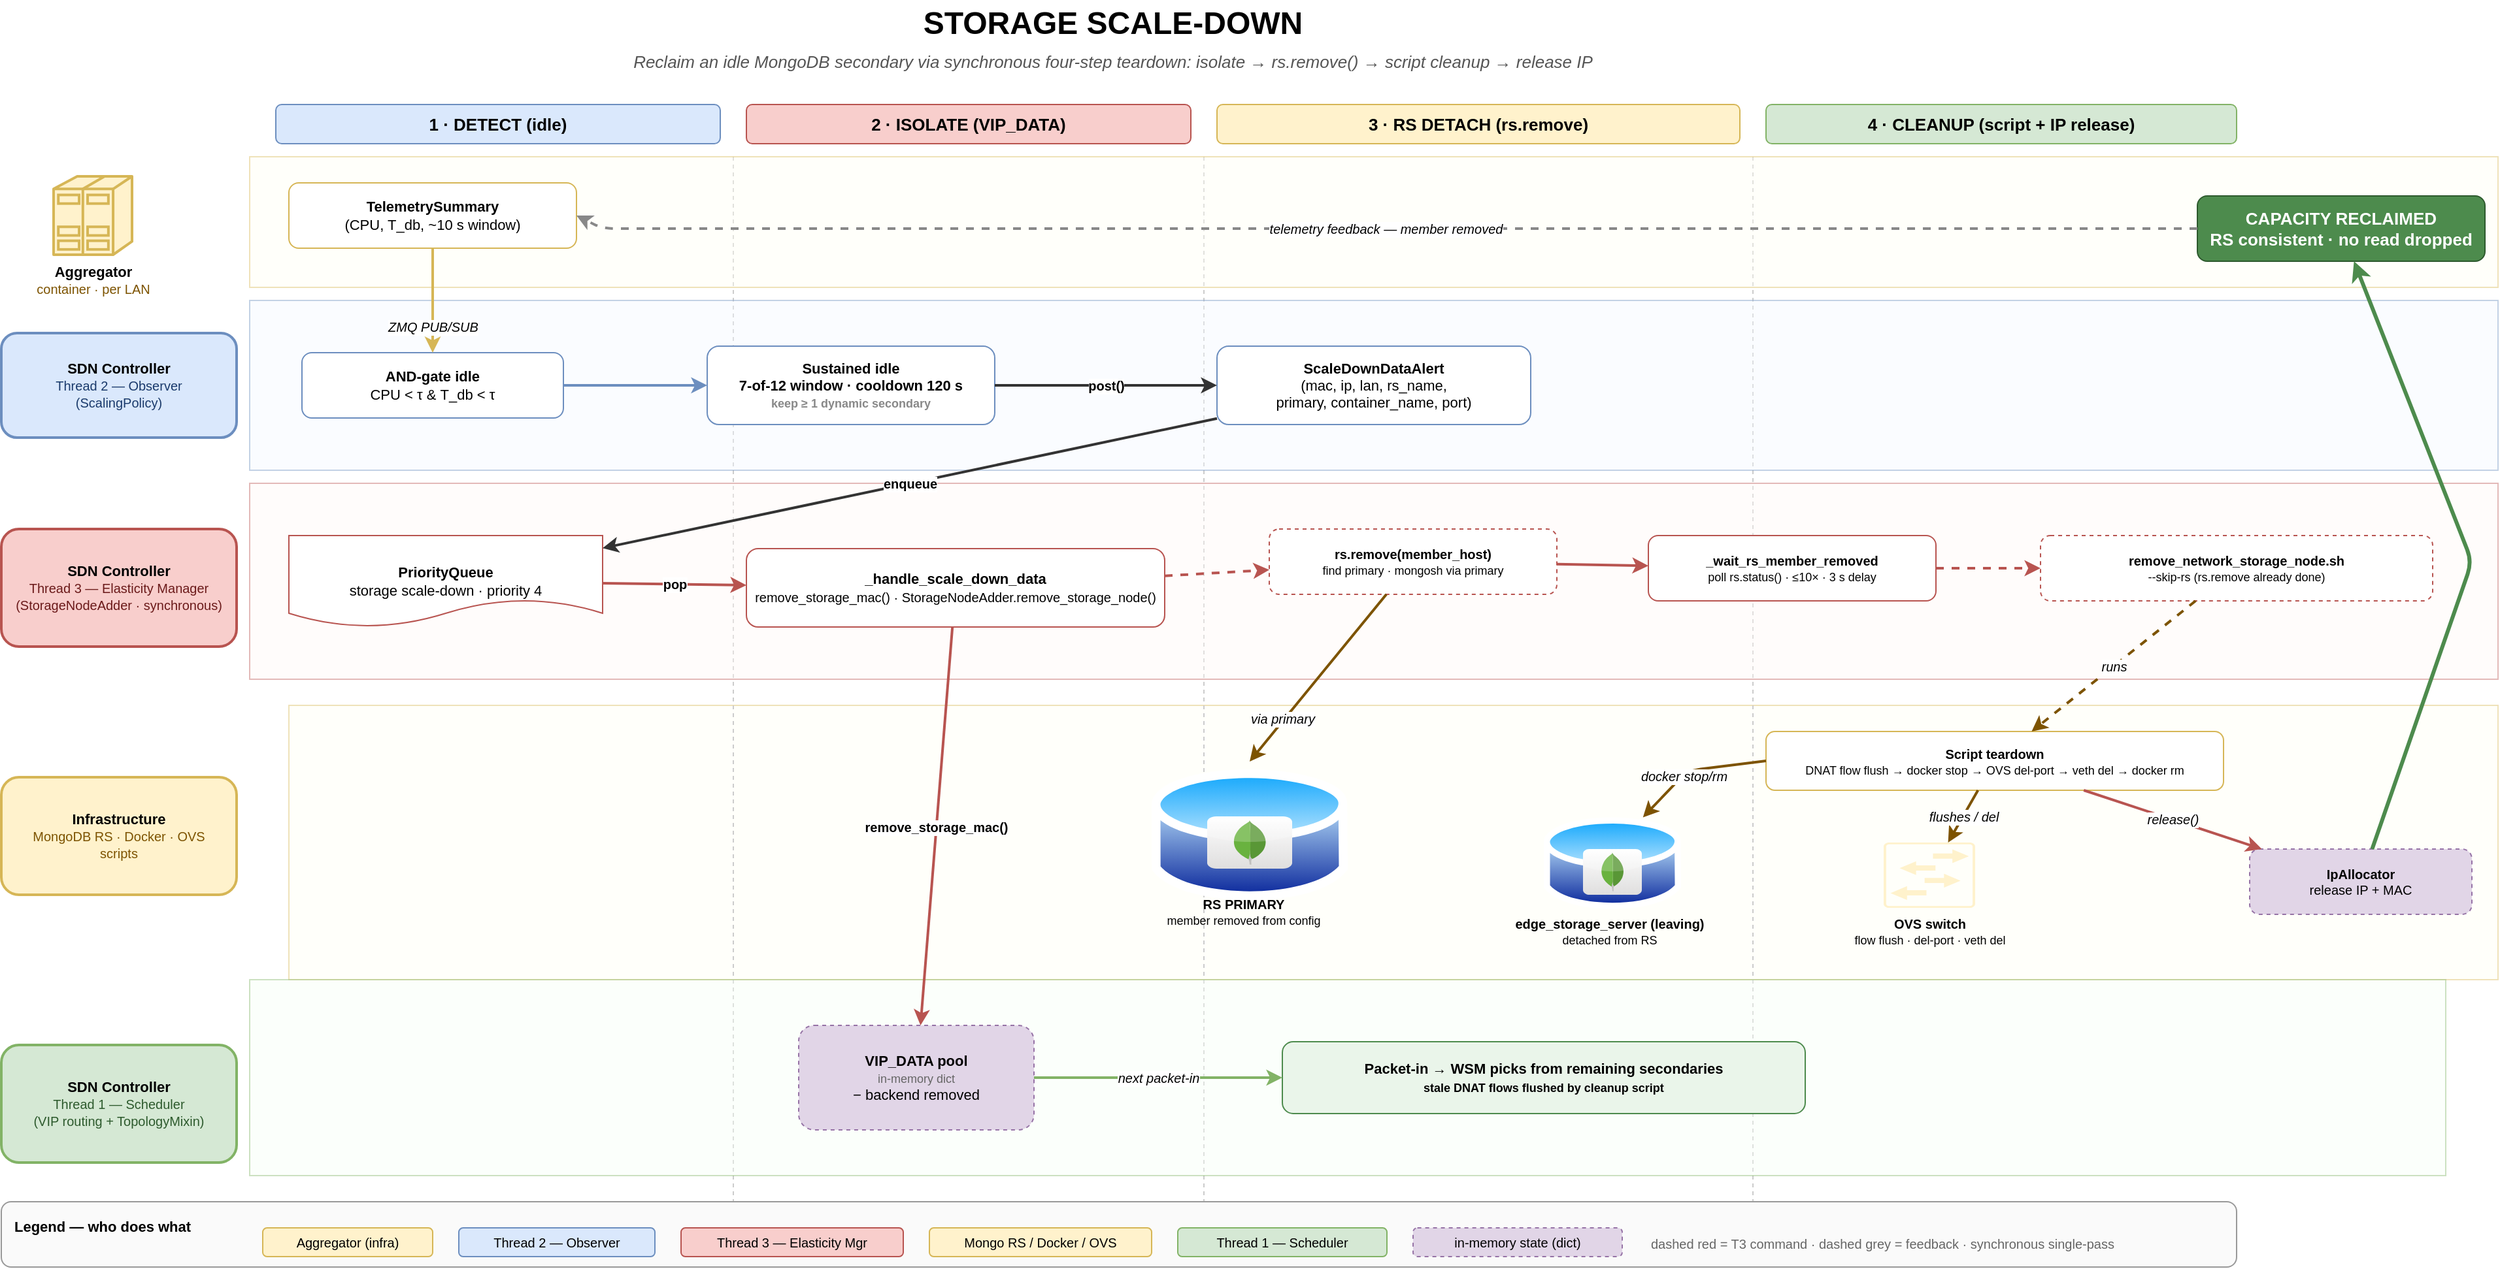
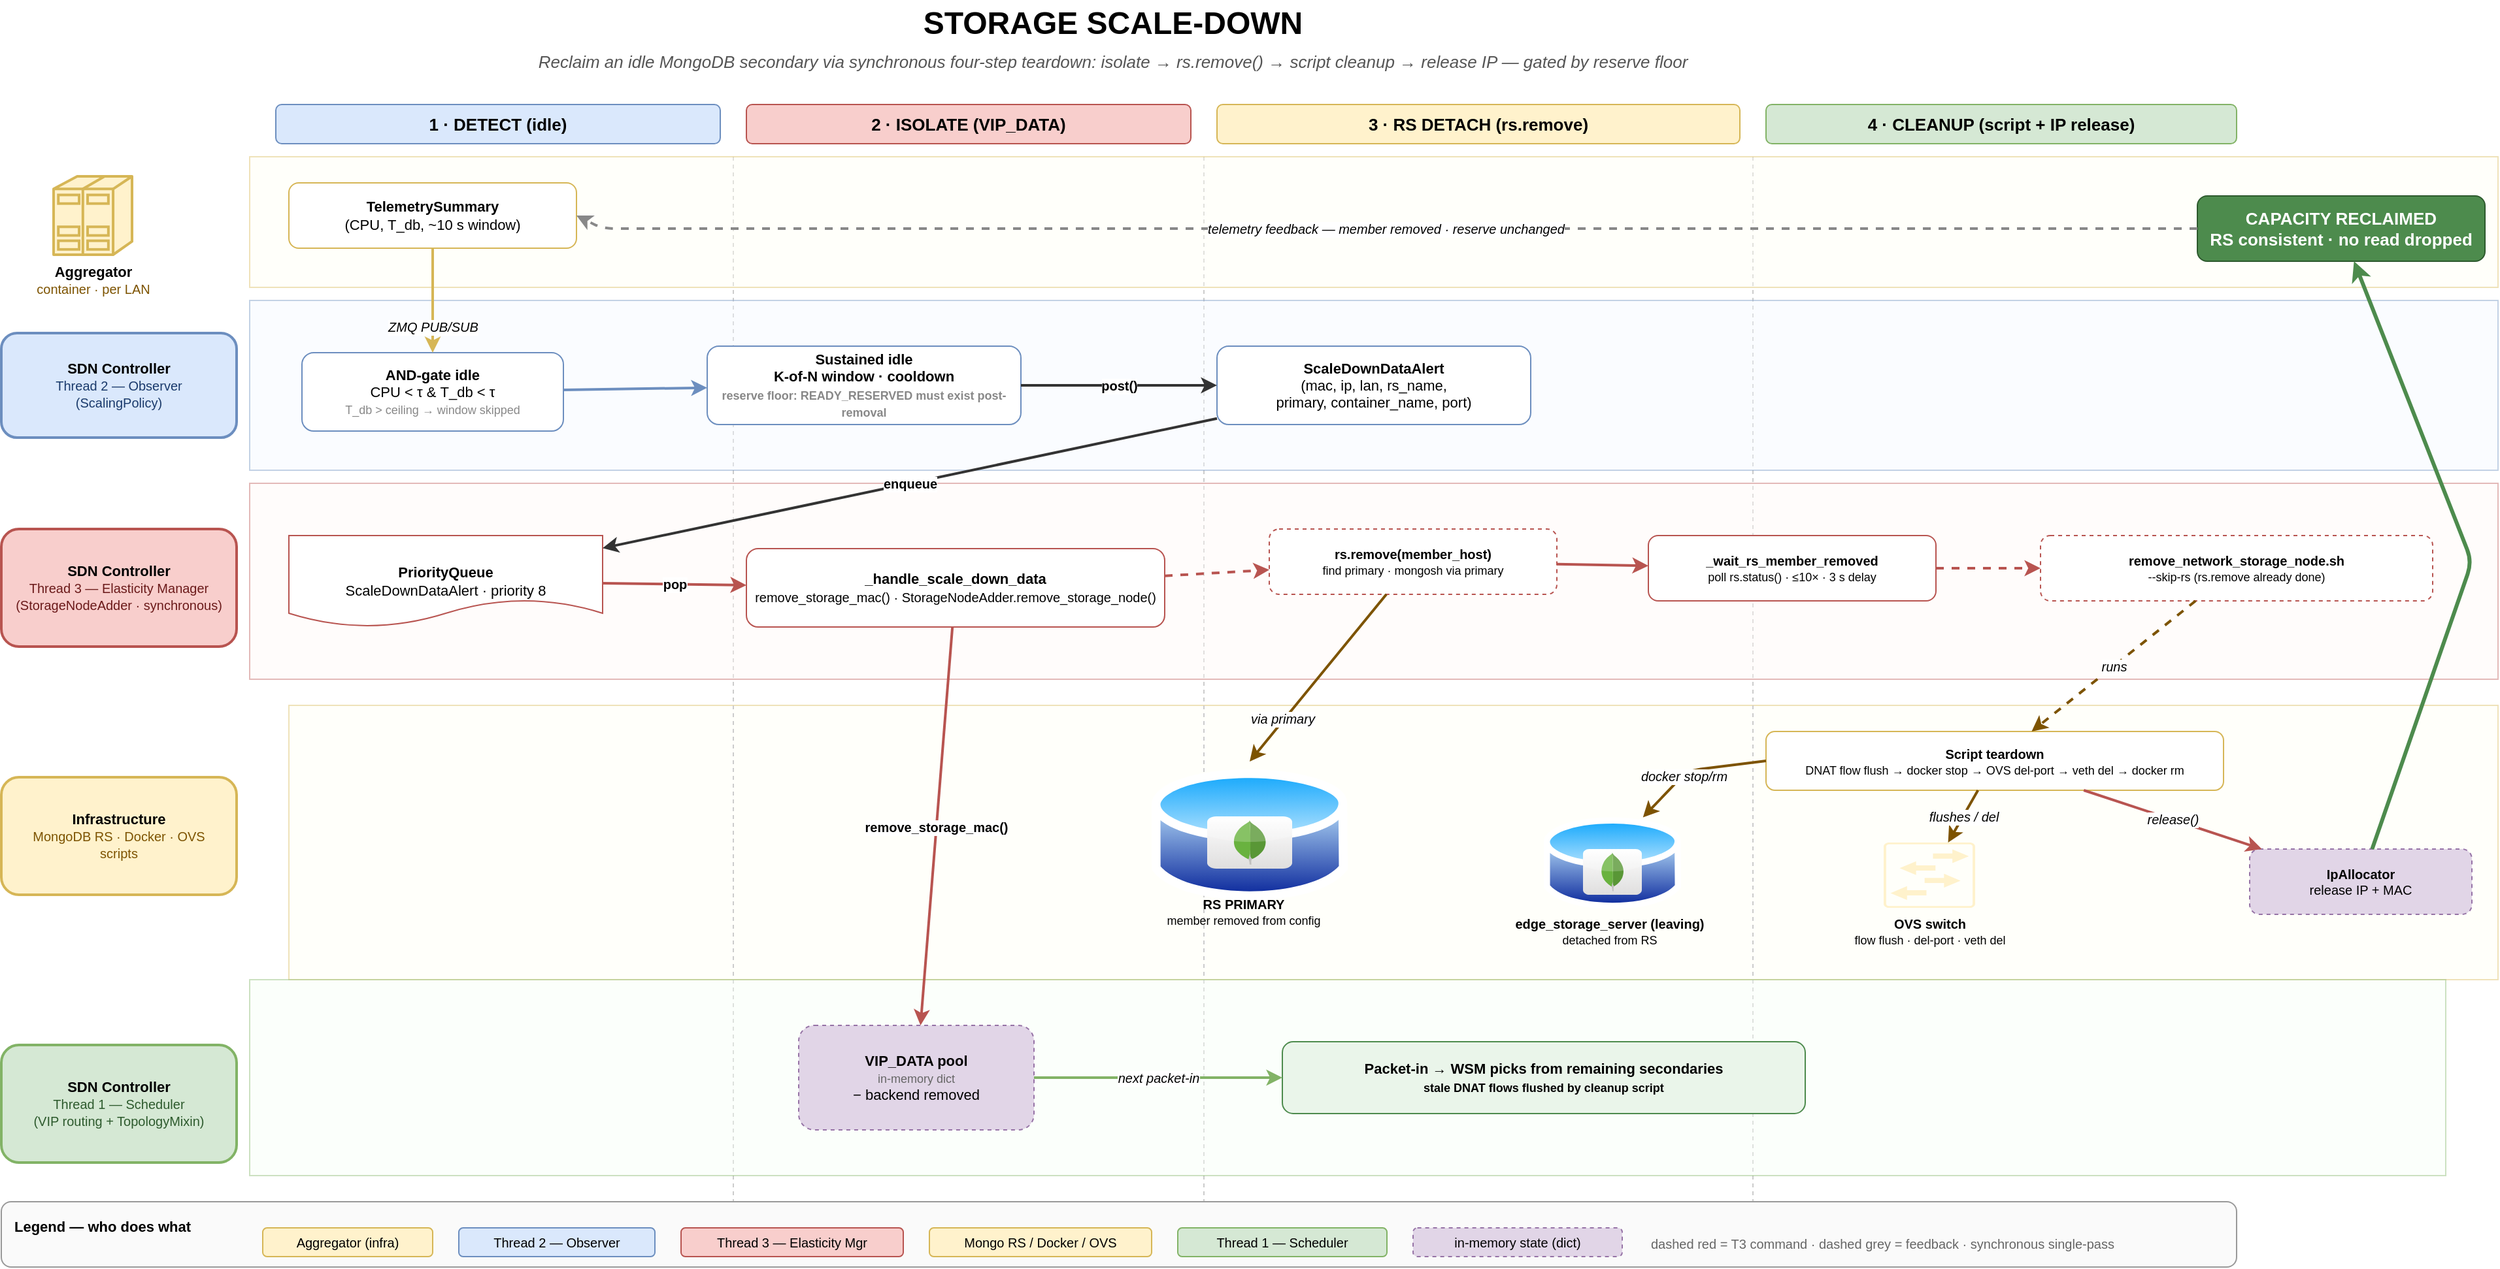
<mxfile host="65bd71144e">
    <diagram id="storage-scale-down" name="Storage Scale-Down">
        <mxGraphModel dx="816" dy="651" grid="1" gridSize="10" guides="1" tooltips="1" connect="1" arrows="1" fold="1" page="1" pageScale="1" pageWidth="1800" pageHeight="1000" background="#FFFFFF" math="0" shadow="0">
            <root>
                <mxCell id="0"/>
                <mxCell id="1" parent="0"/>
                <mxCell id="lane_infra" value="" style="rounded=0;whiteSpace=wrap;html=1;fillColor=#fffef2;strokeColor=#d6b656;opacity=40;" parent="1" vertex="1">
                    <mxGeometry x="270" y="560" width="1690" height="210" as="geometry"/>
                </mxCell>
                <mxCell id="title" value="STORAGE SCALE-DOWN" style="text;html=1;strokeColor=none;fillColor=none;align=center;verticalAlign=middle;fontSize=24;fontStyle=1;" parent="1" vertex="1">
                    <mxGeometry x="600" y="20" width="600" height="36" as="geometry"/>
                </mxCell>
-                 <mxCell id="subtitle" value="Reclaim an idle MongoDB secondary via synchronous four-step teardown: isolate → rs.remove() → script cleanup → release IP" style="text;html=1;strokeColor=none;fillColor=none;align=center;verticalAlign=middle;fontSize=13;fontStyle=2;fontColor=#555555;" parent="1" vertex="1">
+                 <mxCell id="subtitle" value="Reclaim an idle MongoDB secondary via synchronous four-step teardown: isolate → rs.remove() → script cleanup → release IP — gated by reserve floor" style="text;html=1;strokeColor=none;fillColor=none;align=center;verticalAlign=middle;fontSize=13;fontStyle=2;fontColor=#555555;" parent="1" vertex="1">
                    <mxGeometry x="300" y="56" width="1200" height="22" as="geometry"/>
                </mxCell>
                <mxCell id="ph1" value="1 · DETECT (idle)" style="rounded=1;whiteSpace=wrap;html=1;fillColor=#dae8fc;strokeColor=#6c8ebf;fontSize=13;fontStyle=1;" parent="1" vertex="1">
                    <mxGeometry x="260" y="100" width="340" height="30" as="geometry"/>
                </mxCell>
                <mxCell id="ph2" value="2 · ISOLATE (VIP_DATA)" style="rounded=1;whiteSpace=wrap;html=1;fillColor=#f8cecc;strokeColor=#b85450;fontSize=13;fontStyle=1;" parent="1" vertex="1">
                    <mxGeometry x="620" y="100" width="340" height="30" as="geometry"/>
                </mxCell>
                <mxCell id="ph3" value="3 · RS DETACH (rs.remove)" style="rounded=1;whiteSpace=wrap;html=1;fillColor=#fff2cc;strokeColor=#d6b656;fontSize=13;fontStyle=1;" parent="1" vertex="1">
                    <mxGeometry x="980" y="100" width="400" height="30" as="geometry"/>
                </mxCell>
                <mxCell id="ph4" value="4 · CLEANUP (script + IP release)" style="rounded=1;whiteSpace=wrap;html=1;fillColor=#d5e8d4;strokeColor=#82b366;fontSize=13;fontStyle=1;" parent="1" vertex="1">
                    <mxGeometry x="1400" y="100" width="360" height="30" as="geometry"/>
                </mxCell>
                <mxCell id="sep1" style="endArrow=none;html=1;strokeColor=#cccccc;dashed=1;" parent="1" edge="1">
                    <mxGeometry relative="1" as="geometry">
                        <mxPoint x="610" y="140" as="sourcePoint"/>
                        <mxPoint x="610" y="960" as="targetPoint"/>
                    </mxGeometry>
                </mxCell>
                <mxCell id="sep2" style="endArrow=none;html=1;strokeColor=#cccccc;dashed=1;" parent="1" edge="1">
                    <mxGeometry relative="1" as="geometry">
                        <mxPoint x="970" y="140" as="sourcePoint"/>
                        <mxPoint x="970" y="960" as="targetPoint"/>
                    </mxGeometry>
                </mxCell>
                <mxCell id="sep3" style="endArrow=none;html=1;strokeColor=#cccccc;dashed=1;" parent="1" edge="1">
                    <mxGeometry relative="1" as="geometry">
                        <mxPoint x="1390" y="140" as="sourcePoint"/>
                        <mxPoint x="1390" y="960" as="targetPoint"/>
                    </mxGeometry>
                </mxCell>
                <mxCell id="lane_agg" value="" style="rounded=0;whiteSpace=wrap;html=1;fillColor=#fffef2;strokeColor=#d6b656;opacity=40;" parent="1" vertex="1">
                    <mxGeometry x="240" y="140" width="1720" height="100" as="geometry"/>
                </mxCell>
                <mxCell id="lane_agg_hdr" value="&lt;b&gt;Aggregator&lt;/b&gt;&lt;br/&gt;&lt;span style=&quot;font-size:10px;color:#7d5300&quot;&gt;container · per LAN&lt;/span&gt;" style="shape=mxgraph.cisco.servers.standard_host;html=1;pointerEvents=1;dashed=0;fillColor=#fff2cc;strokeColor=#d6b656;strokeWidth=2;verticalLabelPosition=bottom;verticalAlign=top;align=center;outlineConnect=0;fontSize=11;" parent="1" vertex="1">
                    <mxGeometry x="90" y="155" width="60" height="60" as="geometry"/>
                </mxCell>
                <mxCell id="lane_t2" value="" style="rounded=0;whiteSpace=wrap;html=1;fillColor=#f2f7ff;strokeColor=#6c8ebf;opacity=40;" parent="1" vertex="1">
                    <mxGeometry x="240" y="250" width="1720" height="130" as="geometry"/>
                </mxCell>
                <mxCell id="lane_t2_hdr" value="&lt;b&gt;SDN Controller&lt;/b&gt;&lt;br/&gt;&lt;span style=&quot;font-size:10px;color:#1a3a6b&quot;&gt;Thread 2 — Observer&lt;/span&gt;&lt;br/&gt;&lt;span style=&quot;font-size:10px;color:#1a3a6b&quot;&gt;(ScalingPolicy)&lt;/span&gt;" style="rounded=1;whiteSpace=wrap;html=1;fillColor=#dae8fc;strokeColor=#6c8ebf;fontSize=11;strokeWidth=2;" parent="1" vertex="1">
                    <mxGeometry x="50" y="275" width="180" height="80" as="geometry"/>
                </mxCell>
                <mxCell id="lane_t3" value="" style="rounded=0;whiteSpace=wrap;html=1;fillColor=#fff7f6;strokeColor=#b85450;opacity=40;" parent="1" vertex="1">
                    <mxGeometry x="240" y="390" width="1720" height="150" as="geometry"/>
                </mxCell>
                <mxCell id="lane_t3_hdr" value="&lt;b&gt;SDN Controller&lt;/b&gt;&lt;br/&gt;&lt;span style=&quot;font-size:10px;color:#6b1a1a&quot;&gt;Thread 3 — Elasticity Manager&lt;/span&gt;&lt;br/&gt;&lt;span style=&quot;font-size:10px;color:#6b1a1a&quot;&gt;(StorageNodeAdder · synchronous)&lt;/span&gt;" style="rounded=1;whiteSpace=wrap;html=1;fillColor=#f8cecc;strokeColor=#b85450;fontSize=11;strokeWidth=2;" parent="1" vertex="1">
                    <mxGeometry x="50" y="425" width="180" height="90" as="geometry"/>
                </mxCell>
                <mxCell id="lane_infra_hdr" value="&lt;b&gt;Infrastructure&lt;/b&gt;&lt;br/&gt;&lt;span style=&quot;font-size:10px;color:#7d5300&quot;&gt;MongoDB RS · Docker · OVS&lt;/span&gt;&lt;br/&gt;&lt;span style=&quot;font-size:10px;color:#7d5300&quot;&gt;scripts&lt;/span&gt;" style="rounded=1;whiteSpace=wrap;html=1;fillColor=#fff2cc;strokeColor=#d6b656;fontSize=11;strokeWidth=2;" parent="1" vertex="1">
                    <mxGeometry x="50" y="615" width="180" height="90" as="geometry"/>
                </mxCell>
                <mxCell id="lane_t1" value="" style="rounded=0;whiteSpace=wrap;html=1;fillColor=#f6fff4;strokeColor=#82b366;opacity=40;" parent="1" vertex="1">
                    <mxGeometry x="240" y="770" width="1680" height="150" as="geometry"/>
                </mxCell>
                <mxCell id="lane_t1_hdr" value="&lt;b&gt;SDN Controller&lt;/b&gt;&lt;br/&gt;&lt;span style=&quot;font-size:10px;color:#2d5a2d&quot;&gt;Thread 1 — Scheduler&lt;/span&gt;&lt;br/&gt;&lt;span style=&quot;font-size:10px;color:#2d5a2d&quot;&gt;(VIP routing + TopologyMixin)&lt;/span&gt;" style="rounded=1;whiteSpace=wrap;html=1;fillColor=#d5e8d4;strokeColor=#82b366;fontSize=11;strokeWidth=2;" parent="1" vertex="1">
                    <mxGeometry x="50" y="820" width="180" height="90" as="geometry"/>
                </mxCell>
                <mxCell id="n_agg_pub" value="&lt;b&gt;TelemetrySummary&lt;/b&gt;&lt;br/&gt;(CPU, T_db, ~10 s window)" style="rounded=1;whiteSpace=wrap;html=1;fillColor=#ffffff;strokeColor=#d6b656;fontSize=11;" parent="1" vertex="1">
                    <mxGeometry x="270" y="160" width="220" height="50" as="geometry"/>
                </mxCell>
-                 <mxCell id="n_t2_idle" value="&lt;b&gt;AND-gate idle&lt;/b&gt;&lt;br/&gt;CPU &lt; τ  &amp;  T_db &lt; τ" style="rounded=1;whiteSpace=wrap;html=1;fillColor=#ffffff;strokeColor=#6c8ebf;fontSize=11;" parent="1" vertex="1">
-                     <mxGeometry x="280" y="290" width="200" height="50" as="geometry"/>
-                 </mxCell>
-                 <mxCell id="n_t2_window" value="&lt;b&gt;Sustained idle&lt;/b&gt;&lt;br/&gt;7-of-12 window · cooldown 120 s&lt;br/&gt;&lt;span style=&quot;font-size:9px;color:#888&quot;&gt;keep ≥ 1 dynamic secondary&lt;/span&gt;" style="rounded=1;whiteSpace=wrap;html=1;fillColor=#ffffff;strokeColor=#6c8ebf;fontSize=11;fontStyle=1;" parent="1" vertex="1">
-                     <mxGeometry x="590" y="285" width="220" height="60" as="geometry"/>
+                 <mxCell id="n_t2_idle" value="&lt;b&gt;AND-gate idle&lt;/b&gt;&lt;br/&gt;CPU &lt; τ  &amp;  T_db &lt; τ&lt;br/&gt;&lt;span style=&quot;font-size:9px;color:#888&quot;&gt;T_db &gt; ceiling → window skipped&lt;/span&gt;" style="rounded=1;whiteSpace=wrap;html=1;fillColor=#ffffff;strokeColor=#6c8ebf;fontSize=11;" parent="1" vertex="1">
+                     <mxGeometry x="280" y="290" width="200" height="60" as="geometry"/>
+                 </mxCell>
+                 <mxCell id="n_t2_window" value="&lt;b&gt;Sustained idle&lt;/b&gt;&lt;br/&gt;K-of-N window · cooldown&lt;br/&gt;&lt;span style=&quot;font-size:9px;color:#888&quot;&gt;reserve floor: READY_RESERVED must exist post-removal&lt;/span&gt;" style="rounded=1;whiteSpace=wrap;html=1;fillColor=#ffffff;strokeColor=#6c8ebf;fontSize=11;fontStyle=1;" parent="1" vertex="1">
+                     <mxGeometry x="590" y="285" width="240" height="60" as="geometry"/>
                </mxCell>
                <mxCell id="n_alert" value="&lt;b&gt;ScaleDownDataAlert&lt;/b&gt;&lt;br/&gt;(mac, ip, lan, rs_name,&lt;br/&gt;primary, container_name, port)" style="rounded=1;whiteSpace=wrap;html=1;fillColor=#ffffff;strokeColor=#6c8ebf;fontSize=11;" parent="1" vertex="1">
                    <mxGeometry x="980" y="285" width="240" height="60" as="geometry"/>
                </mxCell>
-                 <mxCell id="n_t3_queue" value="&lt;b&gt;PriorityQueue&lt;/b&gt;&lt;br/&gt;storage scale-down · priority 4" style="shape=document;whiteSpace=wrap;html=1;fillColor=#ffffff;strokeColor=#b85450;fontSize=11;" parent="1" vertex="1">
+                 <mxCell id="n_t3_queue" value="&lt;b&gt;PriorityQueue&lt;/b&gt;&lt;br/&gt;ScaleDownDataAlert · priority 8" style="shape=document;whiteSpace=wrap;html=1;fillColor=#ffffff;strokeColor=#b85450;fontSize=11;" parent="1" vertex="1">
                    <mxGeometry x="270" y="430" width="240" height="70" as="geometry"/>
                </mxCell>
                <mxCell id="n_t3_handler" value="&lt;b&gt;_handle_scale_down_data&lt;/b&gt;&lt;br/&gt;&lt;span style=&quot;font-size:10px&quot;&gt;remove_storage_mac() · StorageNodeAdder.remove_storage_node()&lt;/span&gt;" style="rounded=1;whiteSpace=wrap;html=1;fillColor=#ffffff;strokeColor=#b85450;fontSize=11;" parent="1" vertex="1">
                    <mxGeometry x="620" y="440" width="320" height="60" as="geometry"/>
                </mxCell>
                <mxCell id="n_t3_rscmd" value="&lt;b&gt;rs.remove(member_host)&lt;/b&gt;&lt;br/&gt;&lt;span style=&quot;font-size:9px&quot;&gt;find primary · mongosh via primary&lt;/span&gt;" style="rounded=1;whiteSpace=wrap;html=1;fillColor=#ffffff;strokeColor=#b85450;fontSize=10;dashed=1;" parent="1" vertex="1">
                    <mxGeometry x="1020" y="425" width="220" height="50" as="geometry"/>
                </mxCell>
                <mxCell id="n_t3_wait" value="&lt;b&gt;_wait_rs_member_removed&lt;/b&gt;&lt;br/&gt;&lt;span style=&quot;font-size:9px&quot;&gt;poll rs.status() · ≤10× · 3 s delay&lt;/span&gt;" style="rounded=1;whiteSpace=wrap;html=1;fillColor=#ffffff;strokeColor=#b85450;fontSize=10;" parent="1" vertex="1">
                    <mxGeometry x="1310" y="430" width="220" height="50" as="geometry"/>
                </mxCell>
                <mxCell id="n_t3_scriptcmd" value="&lt;b&gt;remove_network_storage_node.sh&lt;/b&gt;&lt;br/&gt;&lt;span style=&quot;font-size:9px&quot;&gt;--skip-rs (rs.remove already done)&lt;/span&gt;" style="rounded=1;whiteSpace=wrap;html=1;fillColor=#ffffff;strokeColor=#b85450;fontSize=10;dashed=1;" parent="1" vertex="1">
                    <mxGeometry x="1610" y="430" width="300" height="50" as="geometry"/>
                </mxCell>
                <mxCell id="n_primary_lbl" value="&lt;b&gt;RS PRIMARY&lt;/b&gt;&lt;br/&gt;&lt;span style=&quot;font-size:9px&quot;&gt;member removed from config&lt;/span&gt;" style="text;html=1;align=center;fontSize=10;" parent="1" vertex="1">
                    <mxGeometry x="920" y="700" width="160" height="30" as="geometry"/>
                </mxCell>
                <mxCell id="n_dbset" value="" style="image;aspect=fixed;perimeter=ellipsePerimeter;html=1;align=center;shadow=0;dashed=0;spacingTop=3;image=img/lib/active_directory/database.svg;" parent="1" vertex="1">
                    <mxGeometry x="930" y="603" width="150" height="112" as="geometry"/>
                </mxCell>
                <mxCell id="n_leaving_lbl" value="&lt;b&gt;edge_storage_server (leaving)&lt;/b&gt;&lt;br/&gt;&lt;span style=&quot;font-size:9px&quot;&gt;detached from RS&lt;/span&gt;" style="text;html=1;align=center;fontSize=10;" parent="1" vertex="1">
                    <mxGeometry x="1200" y="715" width="160" height="30" as="geometry"/>
                </mxCell>
                <mxCell id="n_ovs" value="" style="shape=mxgraph.cisco19.l2_switch;html=1;fillColor=#fff2cc;strokeColor=#d6b656;strokeWidth=2;verticalLabelPosition=bottom;verticalAlign=top;align=center;outlineConnect=0;fontSize=11;" parent="1" vertex="1">
                    <mxGeometry x="1490" y="665" width="70" height="50" as="geometry"/>
                </mxCell>
                <mxCell id="n_ovs_lbl" value="&lt;b&gt;OVS switch&lt;/b&gt;&lt;br/&gt;&lt;span style=&quot;font-size:9px&quot;&gt;flow flush · del-port · veth del&lt;/span&gt;" style="text;html=1;align=center;fontSize=10;" parent="1" vertex="1">
                    <mxGeometry x="1440" y="715" width="170" height="30" as="geometry"/>
                </mxCell>
                <mxCell id="n_script_steps" value="&lt;b&gt;Script teardown&lt;/b&gt;&lt;br/&gt;&lt;span style=&quot;font-size:9px&quot;&gt;DNAT flow flush → docker stop → OVS del-port → veth del → docker rm&lt;/span&gt;" style="rounded=1;whiteSpace=wrap;html=1;fillColor=#ffffff;strokeColor=#d6b656;fontSize=10;" parent="1" vertex="1">
                    <mxGeometry x="1400" y="580" width="350" height="45" as="geometry"/>
                </mxCell>
                <mxCell id="n_ip_release" value="&lt;b&gt;IpAllocator&lt;/b&gt;&lt;br/&gt;release IP + MAC" style="rounded=1;whiteSpace=wrap;html=1;fillColor=#e1d5e7;strokeColor=#9673a6;fontSize=10;dashed=1;" parent="1" vertex="1">
                    <mxGeometry x="1770" y="670" width="170" height="50" as="geometry"/>
                </mxCell>
                <mxCell id="n_vip_pool" value="&lt;b&gt;VIP_DATA pool&lt;/b&gt;&lt;br/&gt;&lt;span style=&quot;font-size:9px;color:#666&quot;&gt;in-memory dict&lt;/span&gt;&lt;br/&gt;− backend removed" style="rounded=1;whiteSpace=wrap;html=1;fillColor=#e1d5e7;strokeColor=#9673a6;fontSize=11;dashed=1;" parent="1" vertex="1">
                    <mxGeometry x="660" y="805" width="180" height="80" as="geometry"/>
                </mxCell>
                <mxCell id="n_wsm" value="&lt;b&gt;Packet-in&lt;/b&gt; → WSM picks from remaining secondaries&lt;br/&gt;&lt;span style=&quot;font-size:9px&quot;&gt;stale DNAT flows flushed by cleanup script&lt;/span&gt;" style="rounded=1;whiteSpace=wrap;html=1;fillColor=#eaf5ea;strokeColor=#4d8b4d;fontSize=11;fontStyle=1;" parent="1" vertex="1">
                    <mxGeometry x="1030" y="817.5" width="400" height="55" as="geometry"/>
                </mxCell>
                <mxCell id="n_goal" value="&lt;b&gt;CAPACITY RECLAIMED&lt;/b&gt;&lt;br/&gt;RS consistent · no read dropped" style="rounded=1;whiteSpace=wrap;html=1;fillColor=#4d8b4d;fontColor=#ffffff;strokeColor=#2d5a2d;fontSize=13;fontStyle=1;" parent="1" vertex="1">
                    <mxGeometry x="1730" y="170" width="220" height="50" as="geometry"/>
                </mxCell>
                <mxCell id="e_pub" value="&lt;div&gt;&lt;span style=&quot;background-color: light-dark(rgb(255, 255, 255), rgb(18, 18, 18));&quot;&gt;ZMQ PUB/SUB&lt;/span&gt;&lt;/div&gt;" style="endArrow=classic;html=1;strokeColor=#d6b656;strokeWidth=2;fontSize=10;fontStyle=2;labelBackgroundColor=#ffffff;" parent="1" source="n_agg_pub" target="n_t2_idle" edge="1">
                    <mxGeometry x="0.5" relative="1" as="geometry">
                        <mxPoint as="offset"/>
                    </mxGeometry>
                </mxCell>
                <mxCell id="e_score" style="endArrow=classic;html=1;strokeColor=#6c8ebf;strokeWidth=2;" parent="1" source="n_t2_idle" target="n_t2_window" edge="1">
                    <mxGeometry relative="1" as="geometry"/>
                </mxCell>
                <mxCell id="e_post" value="post()" style="endArrow=classic;html=1;strokeColor=#333333;strokeWidth=2;fontSize=10;fontStyle=1;labelBackgroundColor=#ffffff;" parent="1" source="n_t2_window" target="n_alert" edge="1">
                    <mxGeometry relative="1" as="geometry"/>
                </mxCell>
                <mxCell id="e_enqueue" value="enqueue" style="endArrow=classic;html=1;strokeColor=#333333;strokeWidth=2;fontSize=10;fontStyle=1;labelBackgroundColor=#ffffff;" parent="1" source="n_alert" target="n_t3_queue" edge="1">
                    <mxGeometry relative="1" as="geometry"/>
                </mxCell>
                <mxCell id="e_pop" value="pop" style="endArrow=classic;html=1;strokeColor=#b85450;strokeWidth=2;fontSize=10;fontStyle=1;labelBackgroundColor=#ffffff;" parent="1" source="n_t3_queue" target="n_t3_handler" edge="1">
                    <mxGeometry relative="1" as="geometry"/>
                </mxCell>
                <mxCell id="e_demote" value="remove_storage_mac()" style="endArrow=classic;html=1;strokeColor=#b85450;strokeWidth=2;fontSize=10;fontStyle=1;labelBackgroundColor=#ffffff;" parent="1" source="n_t3_handler" target="n_vip_pool" edge="1">
                    <mxGeometry relative="1" as="geometry"/>
                </mxCell>
                <mxCell id="e_rscmd" style="endArrow=classic;html=1;strokeColor=#b85450;strokeWidth=2;dashed=1;" parent="1" source="n_t3_handler" target="n_t3_rscmd" edge="1">
                    <mxGeometry relative="1" as="geometry"/>
                </mxCell>
                <mxCell id="e_rsexec" value="via primary" style="endArrow=classic;html=1;strokeColor=#7d5300;strokeWidth=2;fontSize=10;fontStyle=2;labelBackgroundColor=#ffffff;entryX=0.5;entryY=0;entryDx=0;entryDy=0;" parent="1" source="n_t3_rscmd" target="n_dbset" edge="1">
                    <mxGeometry x="0.4994" y="-2" relative="1" as="geometry">
                        <mxPoint as="offset"/>
                    </mxGeometry>
                </mxCell>
                <mxCell id="e_wait" style="endArrow=classic;html=1;strokeColor=#b85450;strokeWidth=2;" parent="1" source="n_t3_rscmd" target="n_t3_wait" edge="1">
                    <mxGeometry relative="1" as="geometry"/>
                </mxCell>
                <mxCell id="e_scriptcmd" style="endArrow=classic;html=1;strokeColor=#b85450;strokeWidth=2;dashed=1;" parent="1" source="n_t3_wait" target="n_t3_scriptcmd" edge="1">
                    <mxGeometry relative="1" as="geometry"/>
                </mxCell>
                <mxCell id="e_script_runs" value="runs" style="endArrow=classic;html=1;strokeColor=#7d5300;strokeWidth=2;fontSize=10;fontStyle=2;labelBackgroundColor=#ffffff;dashed=1;" parent="1" source="n_t3_scriptcmd" target="n_script_steps" edge="1">
                    <mxGeometry relative="1" as="geometry"/>
                </mxCell>
                <mxCell id="e_script_ovs" value="flushes / del" style="endArrow=classic;html=1;strokeColor=#7d5300;strokeWidth=2;fontSize=10;fontStyle=2;labelBackgroundColor=#ffffff;" parent="1" source="n_script_steps" target="n_ovs" edge="1">
                    <mxGeometry relative="1" as="geometry"/>
                </mxCell>
                <mxCell id="e_script_stop" value="docker stop/rm" style="endArrow=classic;html=1;strokeColor=#7d5300;strokeWidth=2;fontSize=10;fontStyle=2;labelBackgroundColor=#ffffff;exitX=0;exitY=0.5;exitDx=0;exitDy=0;entryX=0.75;entryY=0;entryDx=0;entryDy=0;" parent="1" source="n_script_steps" target="2" edge="1">
                    <mxGeometry x="0.1932" relative="1" as="geometry">
                        <mxPoint x="1303.6599999999999" y="655.4212148987585" as="targetPoint"/>
                        <Array as="points">
                            <mxPoint x="1340" y="610"/>
                        </Array>
                        <mxPoint as="offset"/>
                    </mxGeometry>
                </mxCell>
                <mxCell id="e_release" value="release()" style="endArrow=classic;html=1;strokeColor=#b85450;strokeWidth=2;fontSize=10;fontStyle=2;labelBackgroundColor=#ffffff;" parent="1" source="n_script_steps" target="n_ip_release" edge="1">
                    <mxGeometry relative="1" as="geometry"/>
                </mxCell>
                <mxCell id="e_wsm" value="next packet-in" style="endArrow=classic;html=1;strokeColor=#82b366;strokeWidth=2;fontSize=10;fontStyle=2;labelBackgroundColor=#ffffff;" parent="1" source="n_vip_pool" target="n_wsm" edge="1">
                    <mxGeometry relative="1" as="geometry"/>
                </mxCell>
                <mxCell id="e_goal" style="endArrow=classic;html=1;strokeColor=#4d8b4d;strokeWidth=3;" parent="1" source="n_ip_release" target="n_goal" edge="1">
                    <mxGeometry relative="1" as="geometry">
                        <Array as="points">
                            <mxPoint x="1940" y="450"/>
                        </Array>
                    </mxGeometry>
                </mxCell>
-                 <mxCell id="e_feedback" value="telemetry feedback — member removed" style="endArrow=classic;html=1;dashed=1;strokeColor=#888888;strokeWidth=2;fontSize=10;fontStyle=2;labelBackgroundColor=#ffffff;exitX=0;exitY=0.5;exitDx=0;exitDy=0;entryX=1;entryY=0.5;entryDx=0;entryDy=0;" parent="1" source="n_goal" target="n_agg_pub" edge="1">
+                 <mxCell id="e_feedback" value="telemetry feedback — member removed · reserve unchanged" style="endArrow=classic;html=1;dashed=1;strokeColor=#888888;strokeWidth=2;fontSize=10;fontStyle=2;labelBackgroundColor=#ffffff;exitX=0;exitY=0.5;exitDx=0;exitDy=0;entryX=1;entryY=0.5;entryDx=0;entryDy=0;" parent="1" source="n_goal" target="n_agg_pub" edge="1">
                    <mxGeometry relative="1" as="geometry">
                        <Array as="points">
                            <mxPoint x="1000" y="195"/>
                            <mxPoint x="510" y="195"/>
                        </Array>
                    </mxGeometry>
                </mxCell>
                <mxCell id="legend_box" value="Legend — who does what" style="rounded=1;whiteSpace=wrap;html=1;fillColor=#fafafa;strokeColor=#999999;fontSize=11;fontStyle=1;align=left;verticalAlign=top;spacingLeft=8;spacingTop=6;" parent="1" vertex="1">
                    <mxGeometry x="50" y="940" width="1710" height="50" as="geometry"/>
                </mxCell>
                <mxCell id="leg_agg" value="Aggregator (infra)" style="rounded=1;whiteSpace=wrap;html=1;fillColor=#fff2cc;strokeColor=#d6b656;fontSize=10;" parent="1" vertex="1">
                    <mxGeometry x="250" y="960" width="130" height="22" as="geometry"/>
                </mxCell>
                <mxCell id="leg_t2" value="Thread 2 — Observer" style="rounded=1;whiteSpace=wrap;html=1;fillColor=#dae8fc;strokeColor=#6c8ebf;fontSize=10;" parent="1" vertex="1">
                    <mxGeometry x="400" y="960" width="150" height="22" as="geometry"/>
                </mxCell>
                <mxCell id="leg_t3" value="Thread 3 — Elasticity Mgr" style="rounded=1;whiteSpace=wrap;html=1;fillColor=#f8cecc;strokeColor=#b85450;fontSize=10;" parent="1" vertex="1">
                    <mxGeometry x="570" y="960" width="170" height="22" as="geometry"/>
                </mxCell>
                <mxCell id="leg_infra2" value="Mongo RS / Docker / OVS" style="rounded=1;whiteSpace=wrap;html=1;fillColor=#fff2cc;strokeColor=#d6b656;fontSize=10;" parent="1" vertex="1">
                    <mxGeometry x="760" y="960" width="170" height="22" as="geometry"/>
                </mxCell>
                <mxCell id="leg_t1" value="Thread 1 — Scheduler" style="rounded=1;whiteSpace=wrap;html=1;fillColor=#d5e8d4;strokeColor=#82b366;fontSize=10;" parent="1" vertex="1">
                    <mxGeometry x="950" y="960" width="160" height="22" as="geometry"/>
                </mxCell>
                <mxCell id="leg_state" value="in-memory state (dict)" style="rounded=1;whiteSpace=wrap;html=1;fillColor=#e1d5e7;strokeColor=#9673a6;fontSize=10;dashed=1;" parent="1" vertex="1">
                    <mxGeometry x="1130" y="960" width="160" height="22" as="geometry"/>
                </mxCell>
                <mxCell id="leg_cmd" value="dashed red = T3 command · dashed grey = feedback · synchronous single-pass" style="text;html=1;align=left;fontSize=10;fontColor=#666666;" parent="1" vertex="1">
                    <mxGeometry x="1310" y="960" width="490" height="22" as="geometry"/>
                </mxCell>
                <mxCell id="n_primary" value="" style="dashed=0;outlineConnect=0;html=1;align=center;labelPosition=center;verticalLabelPosition=bottom;verticalAlign=top;shape=mxgraph.webicons.mongodb;gradientColor=#DFDEDE" parent="1" vertex="1">
                    <mxGeometry x="972.5" y="645" width="65" height="40" as="geometry"/>
                </mxCell>
                <mxCell id="2" value="" style="image;aspect=fixed;perimeter=ellipsePerimeter;html=1;align=center;shadow=0;dashed=0;spacingTop=3;image=img/lib/active_directory/database.svg;" parent="1" vertex="1">
                    <mxGeometry x="1230" y="641.59" width="105" height="78.41" as="geometry"/>
                </mxCell>
                <mxCell id="3" value="" style="dashed=0;outlineConnect=0;html=1;align=center;labelPosition=center;verticalLabelPosition=bottom;verticalAlign=top;shape=mxgraph.webicons.mongodb;gradientColor=#DFDEDE" parent="1" vertex="1">
                    <mxGeometry x="1260" y="670" width="45" height="35" as="geometry"/>
                </mxCell>
            </root>
        </mxGraphModel>
    </diagram>
</mxfile>